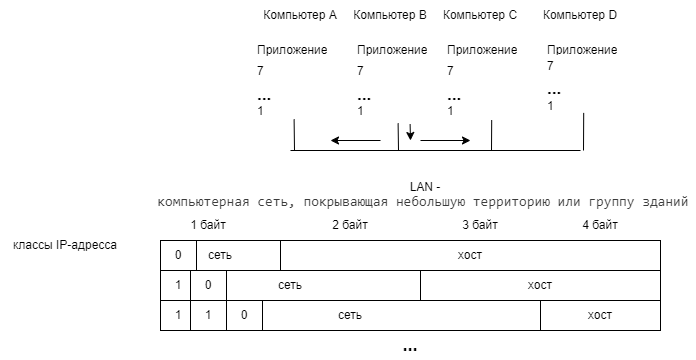
This is Передача в LAN.png from ksinph/PSTU_LABS_2023, a draw.io export, as it was before one commit. Source tidied: cells renumbered, new cells last; positions are measured from the earlier drawing's top-left corner, leaving out a move shared by most shapes.
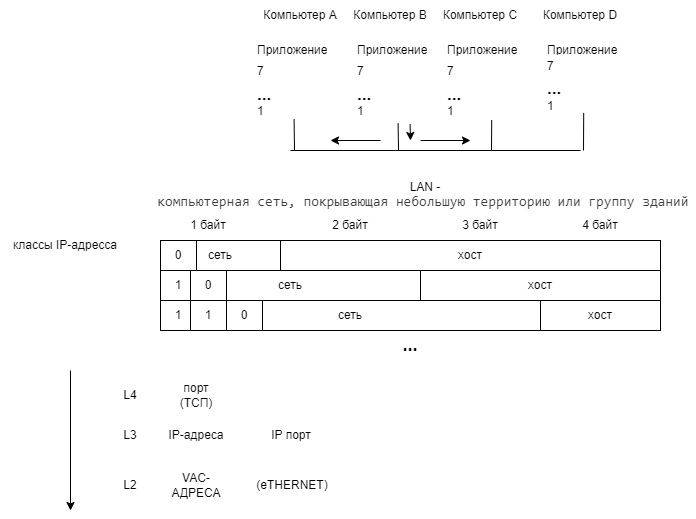
The same diagram one commit later.

What changed in the source:
```diff
@@ -225,5 +225,35 @@
     <mxCell id="69" value="классы IP-адресса" style="text;html=1;align=center;verticalAlign=middle;whiteSpace=wrap;rounded=0;" parent="1" vertex="1">
       <mxGeometry y="230" width="130" height="30" as="geometry" />
     </mxCell>
+    <mxCell id="70" value="L4" style="text;html=1;align=center;verticalAlign=middle;whiteSpace=wrap;rounded=0;" parent="1" vertex="1">
+      <mxGeometry x="100" y="380" width="60" height="30" as="geometry" />
+    </mxCell>
+    <mxCell id="71" value="L3" style="text;html=1;align=center;verticalAlign=middle;whiteSpace=wrap;rounded=0;" parent="1" vertex="1">
+      <mxGeometry x="100" y="420" width="60" height="30" as="geometry" />
+    </mxCell>
+    <mxCell id="72" value="L2" style="text;html=1;align=center;verticalAlign=middle;whiteSpace=wrap;rounded=0;" parent="1" vertex="1">
+      <mxGeometry x="100" y="470" width="60" height="30" as="geometry" />
+    </mxCell>
+    <mxCell id="73" value="IP-адреса" style="text;html=1;align=center;verticalAlign=middle;whiteSpace=wrap;rounded=0;" parent="1" vertex="1">
+      <mxGeometry x="166" y="420" width="60" height="30" as="geometry" />
+    </mxCell>
+    <mxCell id="74" value="IP порт" style="text;html=1;align=center;verticalAlign=middle;whiteSpace=wrap;rounded=0;" parent="1" vertex="1">
+      <mxGeometry x="261" y="420" width="60" height="30" as="geometry" />
+    </mxCell>
+    <mxCell id="75" value="VAC-АДРЕСА" style="text;html=1;align=center;verticalAlign=middle;whiteSpace=wrap;rounded=0;" parent="1" vertex="1">
+      <mxGeometry x="166" y="470" width="60" height="30" as="geometry" />
+    </mxCell>
+    <mxCell id="76" value="(eTHERNET)" style="text;html=1;align=center;verticalAlign=middle;whiteSpace=wrap;rounded=0;" parent="1" vertex="1">
+      <mxGeometry x="262" y="470" width="60" height="30" as="geometry" />
+    </mxCell>
+    <mxCell id="77" value="порт (ТСП)" style="text;html=1;align=center;verticalAlign=middle;whiteSpace=wrap;rounded=0;" parent="1" vertex="1">
+      <mxGeometry x="166" y="380" width="60" height="30" as="geometry" />
+    </mxCell>
+    <mxCell id="78" style="endArrow=classic;html=1;rounded=0;" parent="1" edge="1">
+      <mxGeometry relative="1" as="geometry">
+        <mxPoint x="70" y="370" as="sourcePoint" />
+        <mxPoint x="70" y="510" as="targetPoint" />
+      </mxGeometry>
+    </mxCell>
   </root>
 </mxGraphModel>
```
